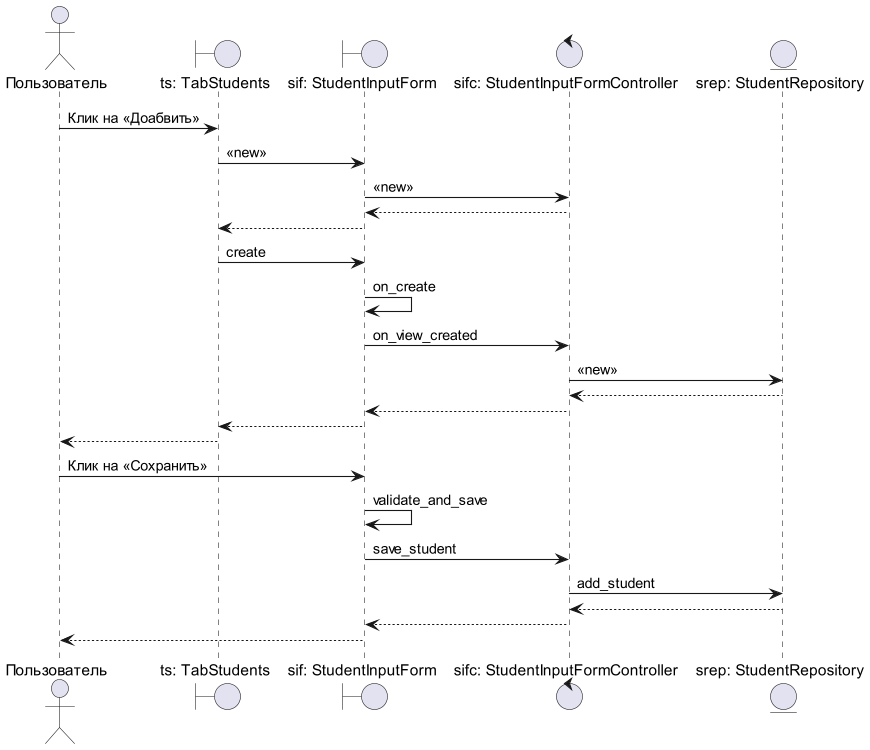
Before: Diagrams/sequence/add_student.png, a diagram exported from PlantUML (r1411/PatternsLabs). The source it was exported from:
```plantuml
@startuml



actor       Пользователь                        as user
boundary    "ts: TabStudents"                   as ts
boundary    "sif: StudentInputForm"             as sif
control     "sifc: StudentInputFormController"  as sifc
entity      "srep: StudentRepository"           as srep

user -> ts : Клик на <<Доабвить>>
ts -> sif : <<new>>
sif -> sifc : <<new>>
sifc --> sif
sif --> ts
ts -> sif : create
sif -> sif : on_create
sif -> sifc : on_view_created
sifc -> srep : <<new>>
srep --> sifc
sifc --> sif
sif --> ts
ts --> user

user -> sif : Клик на <<Сохранить>>
sif -> sif : validate_and_save
sif -> sifc : save_student
sifc -> srep : add_student
srep --> sifc
sifc --> sif
sif --> user

@enduml
```
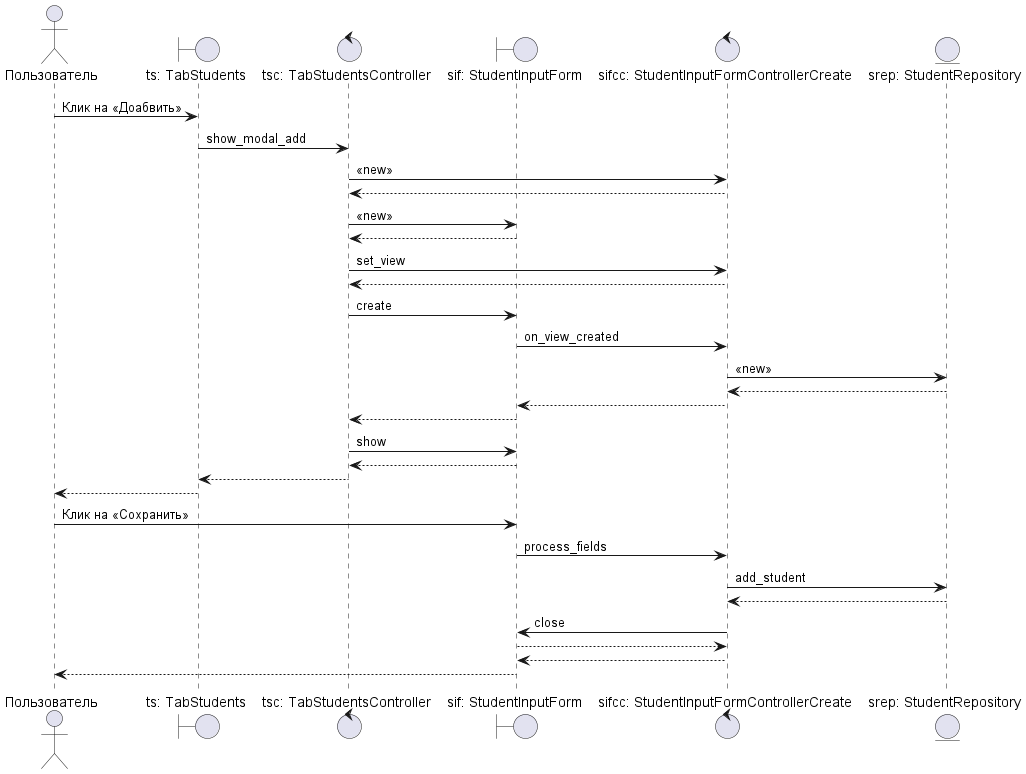
Above is the later version.

What changed in the source:
```diff
@@ -4,30 +4,38 @@
 
 actor       Пользователь                        as user
 boundary    "ts: TabStudents"                   as ts
+control     "tsс: TabStudentsController"        as tsc
 boundary    "sif: StudentInputForm"             as sif
-control     "sifc: StudentInputFormController"  as sifc
+control     "sifcc: StudentInputFormControllerCreate"  as sifcc
 entity      "srep: StudentRepository"           as srep
 
 user -> ts : Клик на <<Доабвить>>
-ts -> sif : <<new>>
-sif -> sifc : <<new>>
-sifc --> sif
-sif --> ts
-ts -> sif : create
-sif -> sif : on_create
-sif -> sifc : on_view_created
-sifc -> srep : <<new>>
-srep --> sifc
-sifc --> sif
-sif --> ts
+ts -> tsc : show_modal_add
+tsc -> sifcc : <<new>>
+sifcc --> tsc
+tsc -> sif : <<new>>
+sif --> tsc
+tsc -> sifcc : set_view
+sifcc --> tsc
+tsc -> sif : create
+sif -> sifcc : on_view_created
+sifcc -> srep : <<new>>
+srep --> sifcc
+sifcc --> sif
+sif --> tsc
+tsc -> sif : show
+sif --> tsc
+tsc --> ts
 ts --> user
 
 user -> sif : Клик на <<Сохранить>>
-sif -> sif : validate_and_save
-sif -> sifc : save_student
-sifc -> srep : add_student
-srep --> sifc
-sifc --> sif
+sif -> sifcc : process_fields
+sifcc -> srep : add_student
+srep --> sifcc
+sifcc -> sif : close
+sif --> sifcc
+sifcc --> sif
 sif --> user
 
+
 @enduml
```
